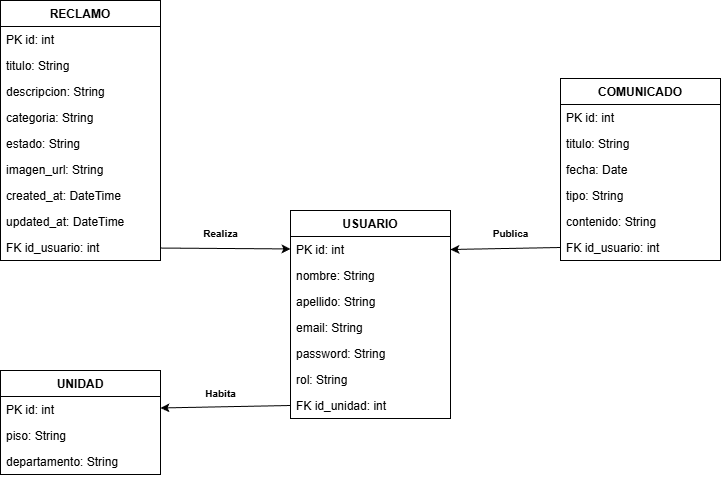
The draw.io diagram back/docs/modelo_relacional.drawio.png in Fenix-Software-2026/ConsorcioApp, before a commit. Source tidied: cells renumbered, new cells last; positions are measured from the earlier drawing's top-left corner, leaving out a move shared by most shapes.
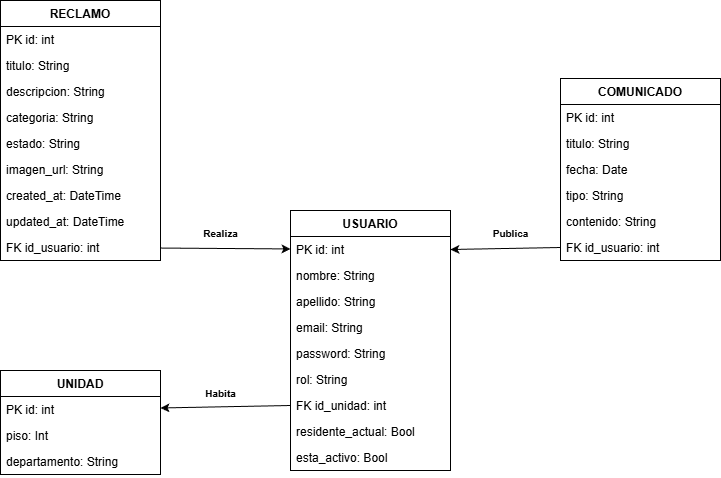
After the change.

Change to the diagram source:
```diff
@@ -8,14 +8,14 @@
     <mxCell id="3" value="PK id: int" style="text;strokeColor=none;fillColor=none;align=left;verticalAlign=top;spacingLeft=4;spacingRight=4;overflow=hidden;points=[[0,0.5],[1,0.5]];portConstraint=eastwest;" parent="2" vertex="1">
       <mxGeometry y="26" width="160" height="26" as="geometry" />
     </mxCell>
-    <mxCell id="4" value="piso: String" style="text;strokeColor=none;fillColor=none;align=left;verticalAlign=top;spacingLeft=4;spacingRight=4;overflow=hidden;" parent="2" vertex="1">
+    <mxCell id="4" value="piso: Int" style="text;strokeColor=none;fillColor=none;align=left;verticalAlign=top;spacingLeft=4;spacingRight=4;overflow=hidden;" parent="2" vertex="1">
       <mxGeometry y="52" width="160" height="26" as="geometry" />
     </mxCell>
     <mxCell id="5" value="departamento: String" style="text;strokeColor=none;fillColor=none;align=left;verticalAlign=top;spacingLeft=4;spacingRight=4;overflow=hidden;" parent="2" vertex="1">
       <mxGeometry y="78" width="160" height="26" as="geometry" />
     </mxCell>
     <mxCell id="6" value="USUARIO" style="swimlane;fontStyle=1;horizontal=1;startSize=26;" parent="1" vertex="1">
-      <mxGeometry x="290" y="210" width="160" height="208" as="geometry" />
+      <mxGeometry x="290" y="210" width="160" height="260" as="geometry" />
     </mxCell>
     <mxCell id="7" value="PK id: int" style="text;strokeColor=none;fillColor=none;align=left;verticalAlign=top;spacingLeft=4;spacingRight=4;overflow=hidden;points=[[0,0.5],[1,0.5]];portConstraint=eastwest;" parent="6" vertex="1">
       <mxGeometry y="26" width="160" height="26" as="geometry" />
@@ -38,6 +38,12 @@
     <mxCell id="13" value="FK id_unidad: int" style="text;strokeColor=none;fillColor=none;align=left;verticalAlign=top;spacingLeft=4;spacingRight=4;overflow=hidden;points=[[0,0.5],[1,0.5]];portConstraint=eastwest;" parent="6" vertex="1">
       <mxGeometry y="182" width="160" height="26" as="geometry" />
     </mxCell>
+    <mxCell id="37" value="residente_actual: Bool" style="text;strokeColor=none;fillColor=none;align=left;verticalAlign=top;spacingLeft=4;spacingRight=4;overflow=hidden;" parent="6" vertex="1">
+      <mxGeometry y="208" width="160" height="26" as="geometry" />
+    </mxCell>
+    <mxCell id="38" value="esta_activo: Bool" style="text;strokeColor=none;fillColor=none;align=left;verticalAlign=top;spacingLeft=4;spacingRight=4;overflow=hidden;" parent="6" vertex="1">
+      <mxGeometry y="234" width="160" height="26" as="geometry" />
+    </mxCell>
     <mxCell id="14" value="RECLAMO" style="swimlane;fontStyle=1;horizontal=1;startSize=26;" parent="1" vertex="1">
       <mxGeometry width="160" height="260" as="geometry" />
     </mxCell>
```
